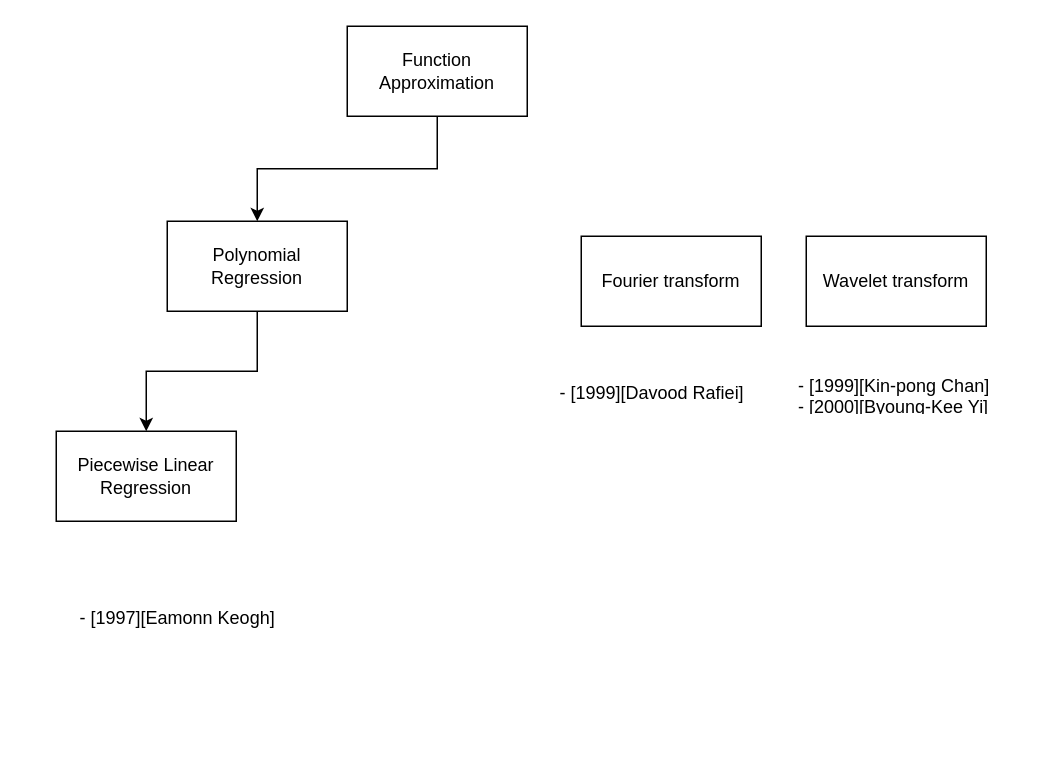
Before: Data Streaming Compression/Compress_data_stream.drawio in tuankiet-sudo/Scientific-Research-References, a draw.io diagram. Source tidied: cells renumbered, new cells numbered last; positions are measured from the earlier drawing's top-left corner, leaving out a move shared by most shapes. Both pictures are drawn from the tidied source at 150%, with x=0, y=0 at pixel (56, 26).
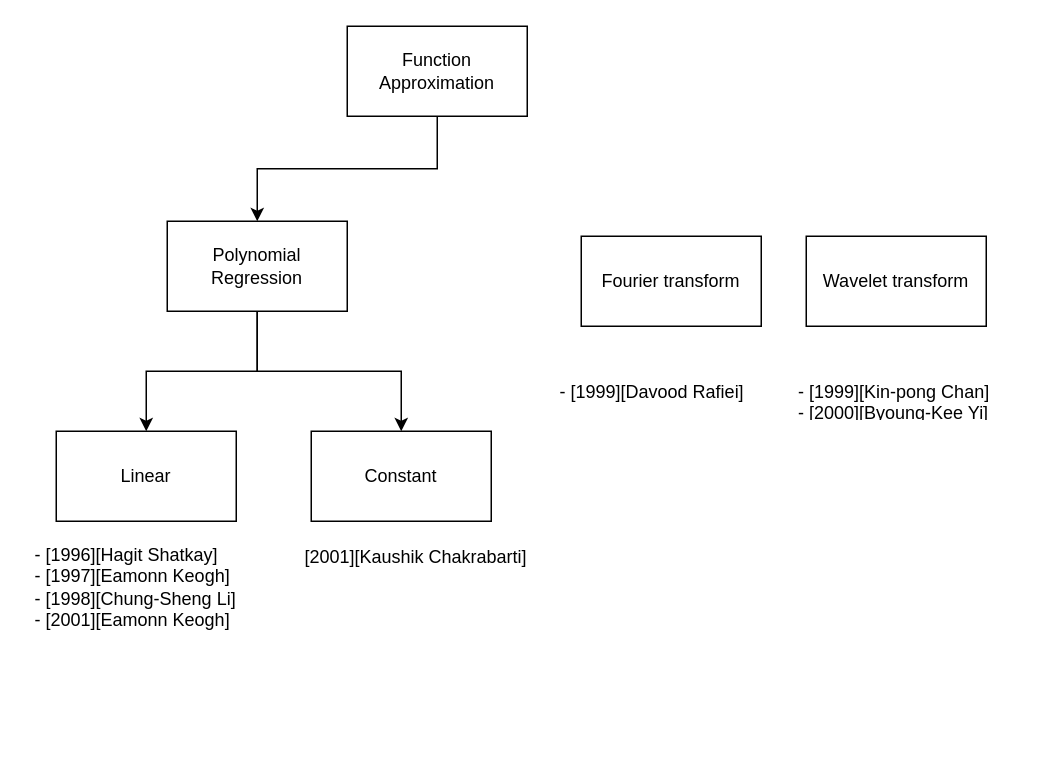
Above is the later version.

Commit message:
Cập nhật Compress_data_stream.drawio

What changed in the source:
```diff
@@
 <mxGraphModel>
   <root>
     <mxCell id="0" />
     <mxCell id="1" parent="0" />
     <mxCell id="2" style="edgeStyle=orthogonalEdgeStyle;rounded=0;jettySize=auto;html=1;entryX=0.5;entryY=0;entryDx=0;entryDy=0;" parent="1" edge="1" source="3" target="5">
       <mxGeometry relative="1" as="geometry" />
     </mxCell>
     <mxCell id="3" value="Function Approximation" style="rounded=0;whiteSpace=wrap;html=1;" parent="1" vertex="1">
       <mxGeometry x="194" width="120" height="60" as="geometry" />
     </mxCell>
     <mxCell id="4" style="edgeStyle=orthogonalEdgeStyle;rounded=0;jettySize=auto;html=1;" parent="1" edge="1" source="5" target="6">
       <mxGeometry relative="1" as="geometry" />
     </mxCell>
+    <mxCell id="12" style="edgeStyle=orthogonalEdgeStyle;rounded=0;jettySize=auto;html=1;exitX=0.5;exitY=1;exitDx=0;exitDy=0;entryX=0.5;entryY=0;entryDx=0;entryDy=0;" parent="1" edge="1" source="5" target="13">
+      <mxGeometry relative="1" as="geometry" />
+    </mxCell>
     <mxCell id="5" value="Polynomial&lt;div&gt;Regression&lt;/div&gt;" style="rounded=0;whiteSpace=wrap;html=1;" parent="1" vertex="1">
       <mxGeometry x="74" y="130" width="120" height="60" as="geometry" />
     </mxCell>
-    <mxCell id="6" value="Piecewise Linear Regression" style="rounded=0;whiteSpace=wrap;html=1;" parent="1" vertex="1">
+    <mxCell id="6" value="Linear" style="rounded=0;whiteSpace=wrap;html=1;" parent="1" vertex="1">
       <mxGeometry y="270" width="120" height="60" as="geometry" />
     </mxCell>
-    <mxCell id="7" value="-&amp;nbsp;&lt;span style=&quot;background-color: initial;&quot;&gt;[1997][Eamonn Keogh]&lt;/span&gt;" style="text;strokeColor=none;fillColor=none;align=left;verticalAlign=middle;spacingLeft=4;spacingRight=4;overflow=hidden;whiteSpace=wrap;html=1;" parent="1" vertex="1">
-      <mxGeometry x="10" y="380" width="160" height="30" as="geometry" />
+    <mxCell id="7" value="&lt;div&gt;- [1996][Hagit Shatkay]&lt;/div&gt;-&amp;nbsp;&lt;span style=&quot;background-color: initial;&quot;&gt;[1997][Eamonn Keogh]&lt;/span&gt;&lt;div&gt;- [1998][Chung-Sheng Li]&lt;/div&gt;&lt;div&gt;&lt;span style=&quot;background-color: initial;&quot;&gt;- [2001][Eamonn Keogh]&lt;/span&gt;&lt;/div&gt;" style="text;strokeColor=none;fillColor=none;align=left;verticalAlign=top;spacingLeft=4;spacingRight=4;overflow=hidden;whiteSpace=wrap;html=1;" parent="1" vertex="1">
+      <mxGeometry x="-20" y="339" width="160" height="131" as="geometry" />
     </mxCell>
     <mxCell id="8" value="Fourier transform" style="rounded=0;whiteSpace=wrap;html=1;" parent="1" vertex="1">
       <mxGeometry x="350" y="140" width="120" height="60" as="geometry" />
     </mxCell>
-    <mxCell id="9" value="-&amp;nbsp;&lt;span style=&quot;background-color: initial;&quot;&gt;[1999][Davood Rafiei]&lt;/span&gt;" style="text;strokeColor=none;fillColor=none;align=left;verticalAlign=middle;spacingLeft=4;spacingRight=4;overflow=hidden;whiteSpace=wrap;html=1;" parent="1" vertex="1">
+    <mxCell id="9" value="-&amp;nbsp;&lt;span style=&quot;background-color: initial;&quot;&gt;[1999][Davood Rafiei]&lt;/span&gt;" style="text;strokeColor=none;fillColor=none;align=left;verticalAlign=top;spacingLeft=4;spacingRight=4;overflow=hidden;whiteSpace=wrap;html=1;" parent="1" vertex="1">
       <mxGeometry x="330" y="230" width="160" height="30" as="geometry" />
     </mxCell>
     <mxCell id="10" value="Wavelet&lt;span style=&quot;background-color: initial;&quot;&gt;&amp;nbsp;transform&lt;/span&gt;" style="rounded=0;whiteSpace=wrap;html=1;" parent="1" vertex="1">
       <mxGeometry x="500" y="140" width="120" height="60" as="geometry" />
     </mxCell>
-    <mxCell id="11" value="-&amp;nbsp;&lt;span style=&quot;background-color: initial;&quot;&gt;[1999][Kin-pong Chan]&lt;/span&gt;&lt;div&gt;&lt;span style=&quot;background-color: initial;&quot;&gt;- [2000][Byoung-Kee Yi]&lt;/span&gt;&lt;/div&gt;" style="text;strokeColor=none;fillColor=none;align=left;verticalAlign=middle;spacingLeft=4;spacingRight=4;overflow=hidden;whiteSpace=wrap;html=1;" parent="1" vertex="1">
+    <mxCell id="11" value="-&amp;nbsp;&lt;span style=&quot;background-color: initial;&quot;&gt;[1999][Kin-pong Chan]&lt;/span&gt;&lt;div&gt;&lt;span style=&quot;background-color: initial;&quot;&gt;- [2000][Byoung-Kee Yi]&lt;/span&gt;&lt;/div&gt;" style="text;strokeColor=none;fillColor=none;align=left;verticalAlign=top;spacingLeft=4;spacingRight=4;overflow=hidden;whiteSpace=wrap;html=1;" parent="1" vertex="1">
       <mxGeometry x="489" y="230" width="160" height="30" as="geometry" />
     </mxCell>
+    <mxCell id="13" value="Constant" style="rounded=0;whiteSpace=wrap;html=1;" parent="1" vertex="1">
+      <mxGeometry x="170" y="270" width="120" height="60" as="geometry" />
+    </mxCell>
+    <mxCell id="14" value="[2001][Kaushik Chakrabarti]" style="text;html=1;align=center;verticalAlign=top;whiteSpace=wrap;rounded=0;" parent="1" vertex="1">
+      <mxGeometry x="160" y="340" width="160" height="30" as="geometry" />
+    </mxCell>
   </root>
 </mxGraphModel>
```
